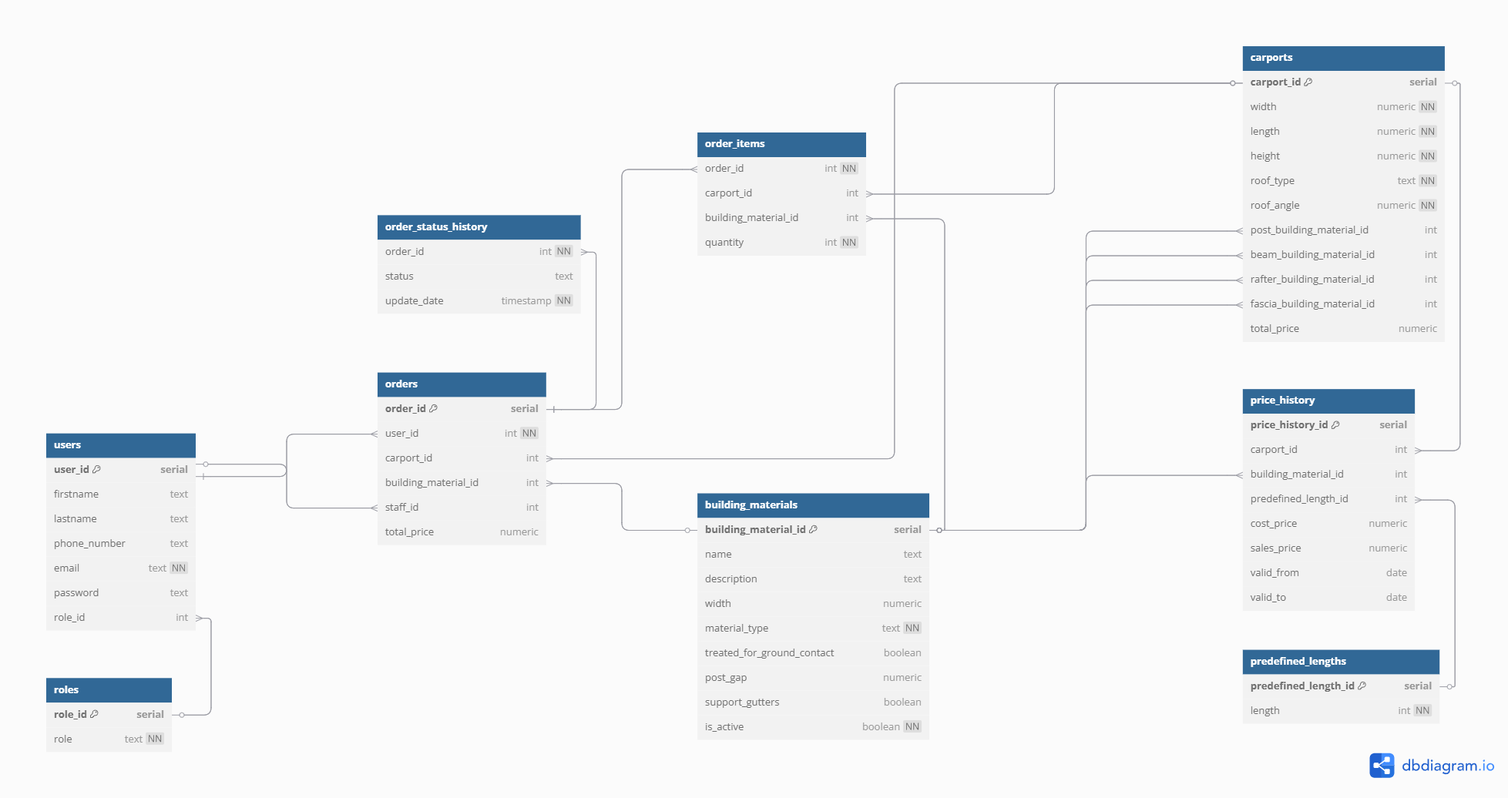
Earlier version of the PlantUML export docs/diagrams/ERD Carport.png (Styrse/Carport). Its source is kept beside it as docs/diagrams/ERD Carport.puml.
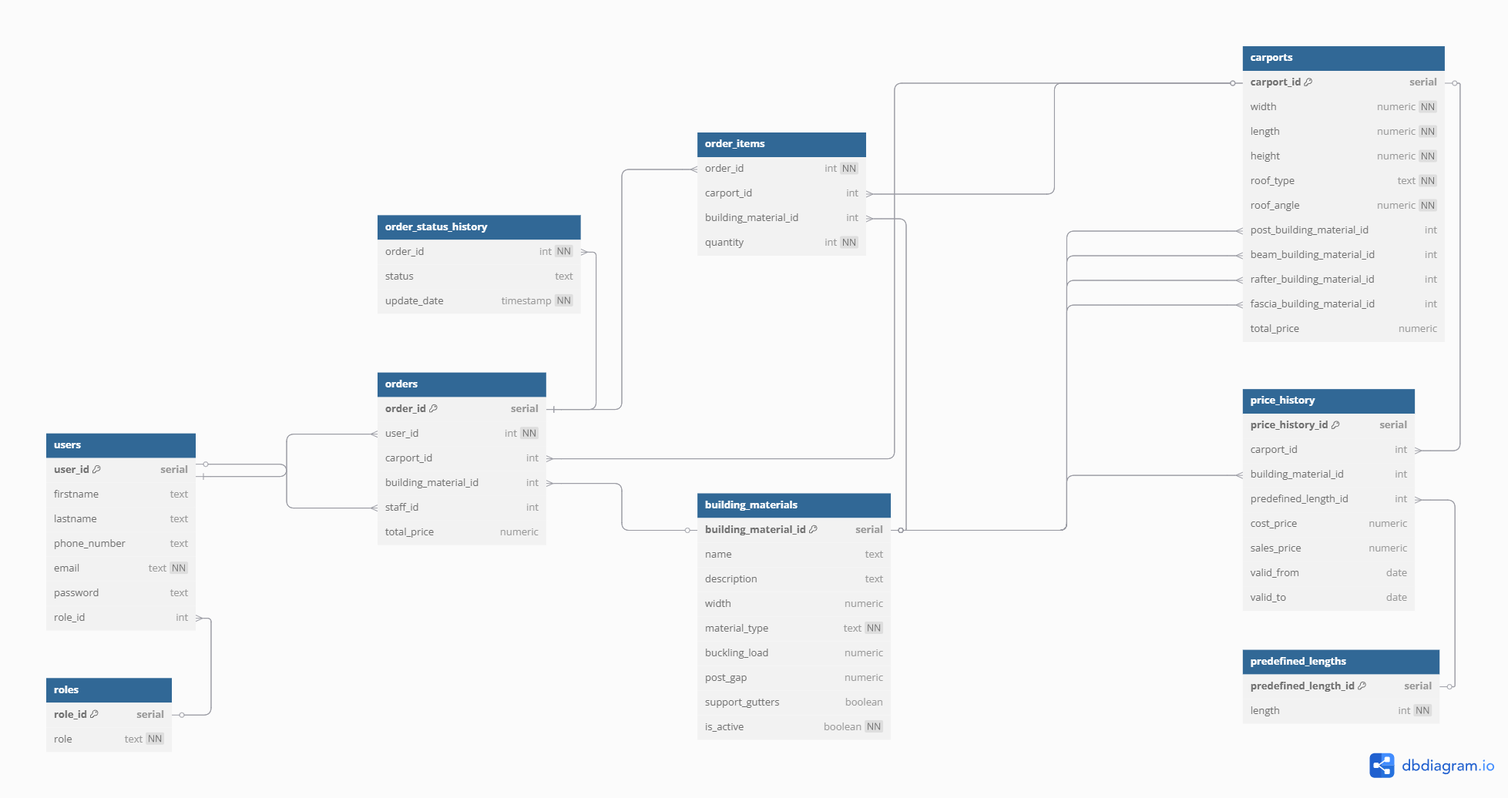
The same diagram one commit later.

Diff of the diagram source:
```diff
@@ -64,7 +64,7 @@
   description
   width
   material_type : text, not null
-  treated_for_ground_contact : boolean
+  buckling_load : numeric
   post_gap
   support_gutters : boolean
   is_active : boolean, not null
```
